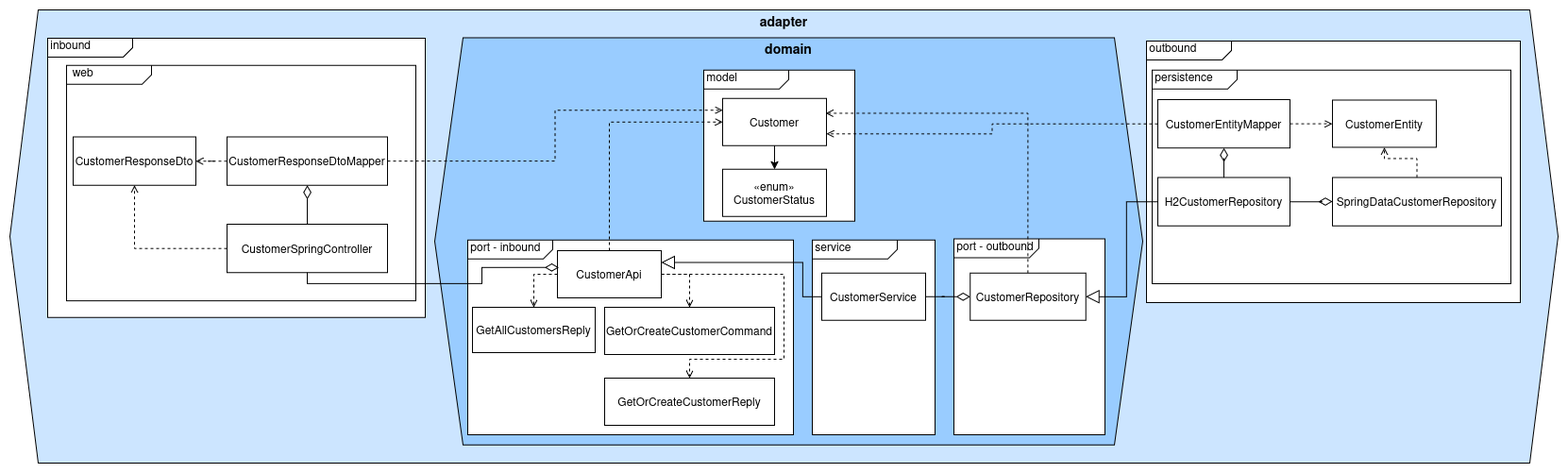
Above: docs/assignment-diagrammen/beginstaat-customer.drawio.png in Quintor/hexagonal-architecture-workshop (draw.io), before the change. Source tidied: cells renumbered, new cells last; positions are measured from the earlier drawing's top-left corner, leaving out a move shared by most shapes.
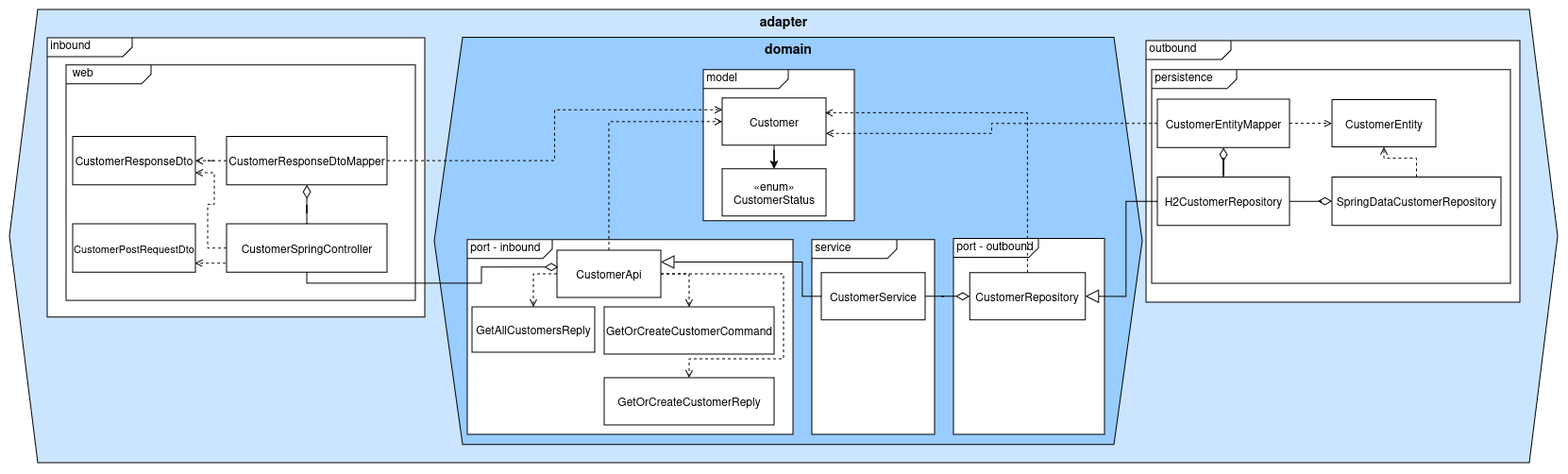
After the commit.

Commit message:
docs: update beginstaat customer

Change to the diagram source:
```diff
@@ -106,9 +106,12 @@
     <mxCell id="32" style="edgeStyle=orthogonalEdgeStyle;rounded=0;jettySize=auto;html=1;endSize=12;endArrow=diamondThin;endFill=0;" parent="1" edge="1" source="34" target="31">
       <mxGeometry relative="1" as="geometry" />
     </mxCell>
-    <mxCell id="33" style="edgeStyle=orthogonalEdgeStyle;rounded=0;jettySize=auto;html=1;entryX=0.5;entryY=1;entryDx=0;entryDy=0;dashed=1;endArrow=open;endFill=0;" parent="1" edge="1" source="34" target="28">
+    <mxCell id="33" style="edgeStyle=orthogonalEdgeStyle;rounded=0;jettySize=auto;html=1;entryX=1;entryY=0.75;entryDx=0;entryDy=0;dashed=1;endArrow=open;endFill=0;" parent="1" edge="1" source="34" target="28">
       <mxGeometry relative="1" as="geometry" />
     </mxCell>
+    <mxCell id="46" style="edgeStyle=orthogonalEdgeStyle;rounded=0;jettySize=auto;html=1;entryX=0.995;entryY=0.807;entryDx=0;entryDy=0;entryPerimeter=0;exitX=-0.005;exitY=0.813;exitDx=0;exitDy=0;exitPerimeter=0;dashed=1;endArrow=open;endFill=0;" parent="1" edge="1" source="34" target="47">
+      <mxGeometry relative="1" as="geometry" />
+    </mxCell>
     <mxCell id="34" value="CustomerSpringController" style="html=1;whiteSpace=wrap;" parent="1" vertex="1">
       <mxGeometry x="230" y="227" width="170" height="51.2" as="geometry" />
     </mxCell>
@@ -156,5 +159,8 @@
     <mxCell id="45" value="SpringDataCustomerRepository" style="html=1;whiteSpace=wrap;" parent="1" vertex="1">
       <mxGeometry x="1401" y="177.5" width="179" height="51.2" as="geometry" />
     </mxCell>
+    <mxCell id="47" value="CustomerPostRequestDto" style="html=1;whiteSpace=wrap;fontSize=11;" parent="1" vertex="1">
+      <mxGeometry x="67" y="227" width="130" height="51.2" as="geometry" />
+    </mxCell>
   </root>
 </mxGraphModel>
```
